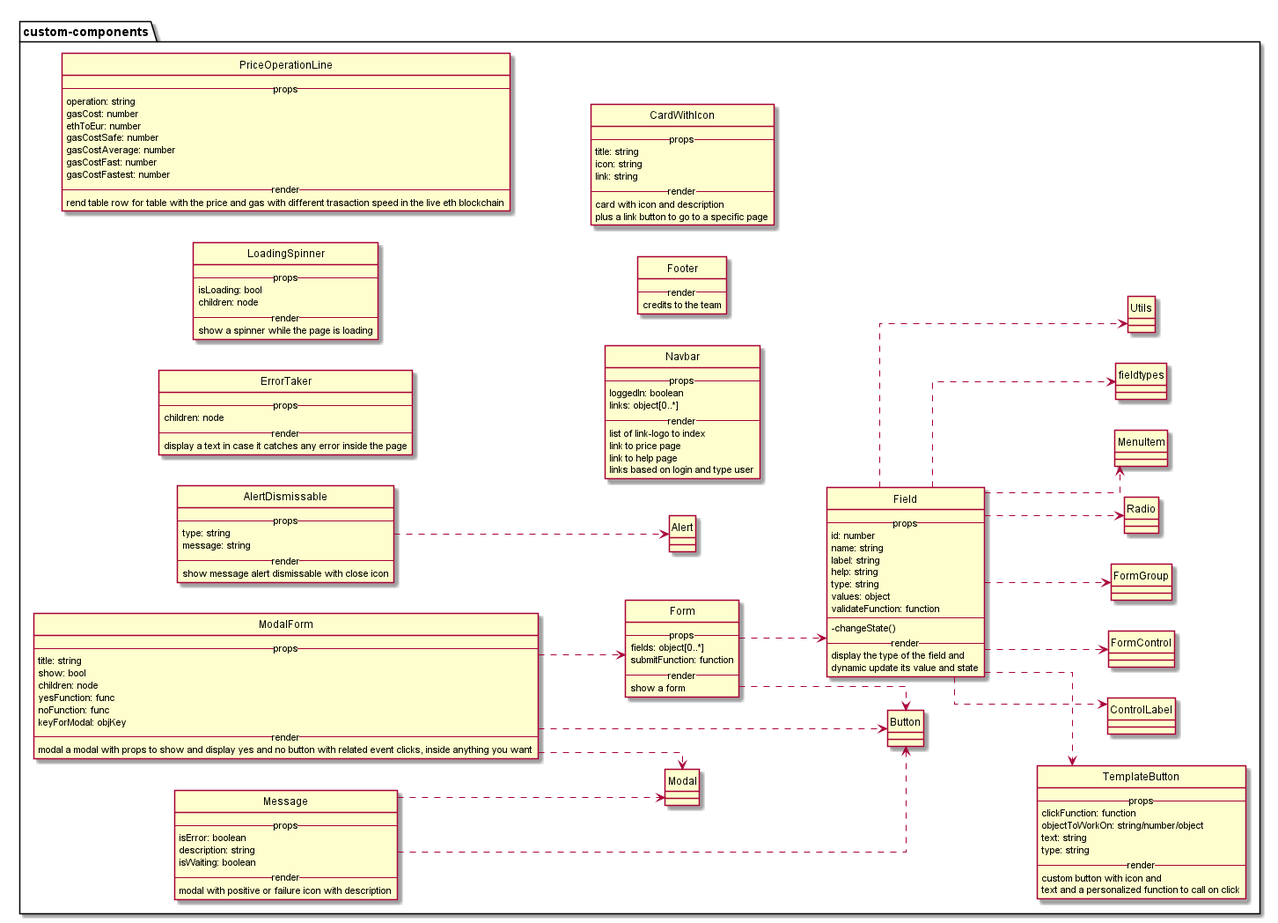
Earlier version of the PlantUML export Esterni/ManualeSviluppatore/diagrammi/react/customComponents.png (M9k/Marvin-Documentazione---353). Source of this version:
```plantuml
@startuml

hide circle

skinparam classAttributeIconSize 0

skinparam linetype ortho

skinparam hide circle

left to right direction



package custom-components as CustomComponents {


class AlertDismissable{
    --props--
       type: string
       message: string
    --render--
    show message alert dismissable with close icon
}

AlertDismissable ..> Alert


class ErrorTaker{
    --props--
       children: node
    --render--
    display a text in case it catches any error inside the page
}


class LoadingSpinner{
    --props--
       isLoading: bool
       children: node
    --render--
    show a spinner while the page is loading
}


class ModalForm{
    --props--
       title: string
       show: bool
	   children: node
	   yesFunction: func
	   noFunction: func
	   keyForModal: objKey
    --render--
    modal a modal with props to show and display yes and no button with related event clicks, inside anything you want
}
ModalForm ..> Button
ModalForm ..> Modal
ModalForm ..> Form


class PriceOperationLine{
    --props--
       operation: string
       gasCost: number
	   ethToEur: number
       gasCostSafe: number
       gasCostAverage: number
       gasCostFast: number
       gasCostFastest: number
    --render--
    rend table row for table with the price and gas with different trasaction speed in the live eth blockchain
}

class TemplateButton{
    --props--
        clickFunction: function
        objectToWorkOn: string/number/object
        text: string
        type: string
    --render--
        custom button with icon and
         text and a personalized function to call on click
}

class Navbar{
  --props--
    loggedIn: boolean
    links: object[0..*]
  --render--
    list of link-logo to index
    link to price page
    link to help page
    links based on login and type user
}


class Field{
    --props--
        id: number
        name: string
        label: string
        help: string
        type: string
        values: object
        validateFunction: function
    ----
        - changeState()
    --render--
        display the type of the field and
        dynamic update its value and state
}
Field ..> ControlLabel
Field ..> FormControl
Field ..> FormGroup
Field ..> Radio
Field ..> MenuItem
Field ..> TemplateButton
Field ..> fieldtypes
Field ..> Utils

class Form{
    --props--
        fields: object[0..*]
        submitFunction: function
    --render--
        show a form
}
Form ..> Button
Form ..> Field

class Footer{
  --render--
    credits to the team
}


class CardWithIcon{
    --props--
        title: string
        icon: string
        link: string
    --render--
        card with icon and description
        plus a link button to go to a specific page
}

class Message {
    --props--
       isError: boolean
       description: string
	   isWaiting: boolean
    --render--
    modal with positive or failure icon with description
}

Message ..> Modal
Message ..> Button

}

@enduml
```
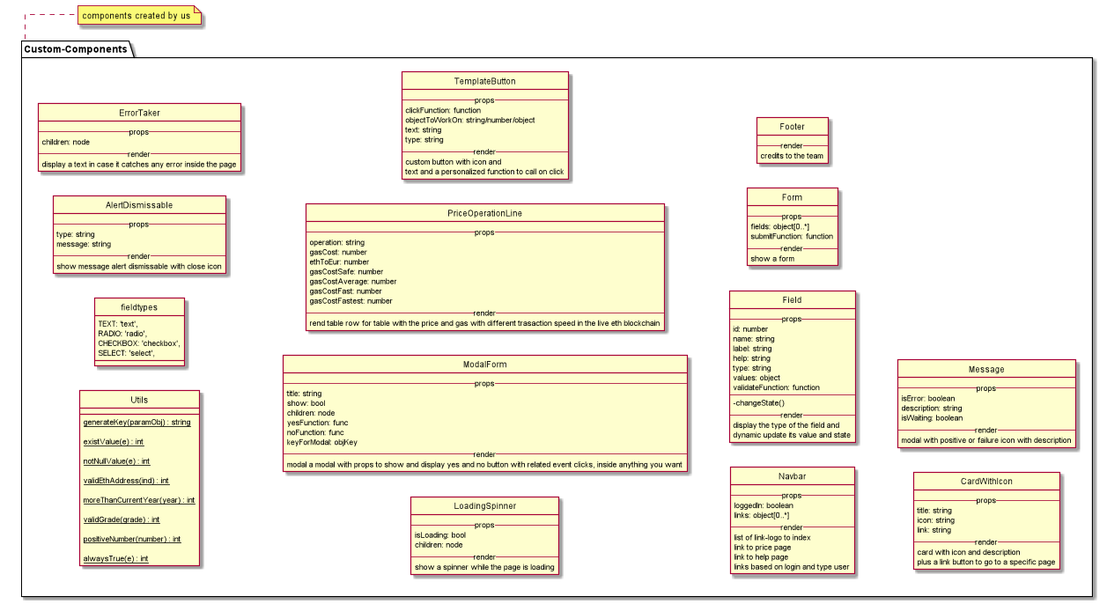
After the commit.

Commit message:
Aggiornato il diagramma CustomComponents

The edit, as a diff of the source:
```diff
@@ -1,6 +1,7 @@
 @startuml
 
 hide circle
+
 
 skinparam classAttributeIconSize 0
 
@@ -12,7 +13,35 @@
 
 
 
-package custom-components as CustomComponents {
+package Custom-Components as CustomComponents {
+
+
+class Utils{
+
+{static} generateKey(paramObj) : string
+
+{static} existValue(e) : int
+
+{static} notNullValue(e) : int
+
+{static} validEthAddress(ind) : int
+
+{static} moreThanCurrentYear(year) : int
+
+{static} validGrade(grade) : int
+
+{static} positiveNumber(number) : int
+
+{static} alwaysTrue(e) : int
+
+}
+
+enum fieldtypes {
+  TEXT: 'text',
+  RADIO: 'radio',
+  CHECKBOX: 'checkbox',
+  SELECT: 'select',
+}
 
 
 class AlertDismissable{
@@ -22,8 +51,6 @@
     --render--
     show message alert dismissable with close icon
 }
-
-AlertDismissable ..> Alert
 
 
 class ErrorTaker{
@@ -54,9 +81,6 @@
     --render--
     modal a modal with props to show and display yes and no button with related event clicks, inside anything you want
 }
-ModalForm ..> Button
-ModalForm ..> Modal
-ModalForm ..> Form
 
 
 class PriceOperationLine{
@@ -110,14 +134,6 @@
         display the type of the field and
         dynamic update its value and state
 }
-Field ..> ControlLabel
-Field ..> FormControl
-Field ..> FormGroup
-Field ..> Radio
-Field ..> MenuItem
-Field ..> TemplateButton
-Field ..> fieldtypes
-Field ..> Utils
 
 class Form{
     --props--
@@ -126,8 +142,6 @@
     --render--
         show a form
 }
-Form ..> Button
-Form ..> Field
 
 class Footer{
   --render--
@@ -154,9 +168,12 @@
     modal with positive or failure icon with description
 }
 
-Message ..> Modal
-Message ..> Button
 
 }
 
+note bottom of CustomComponents: components created by us
+
+
+
+
 @enduml
```
